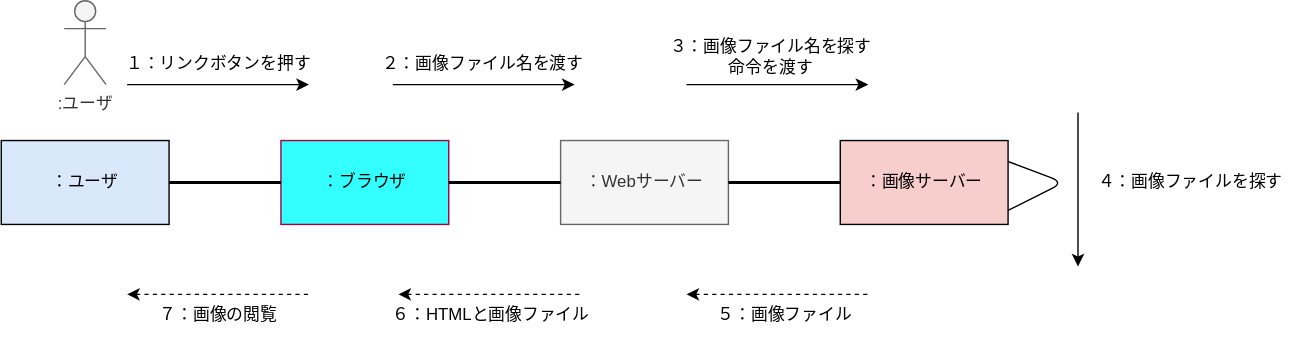
The draw.io diagram 演習５/演習５-1_CD_Web画像検索.drawio.svg in hatafukuryouya/UML_introduction, before a commit. Source tidied: cells renumbered, new cells last; positions are measured from the earlier drawing's top-left corner, leaving out a move shared by most shapes.
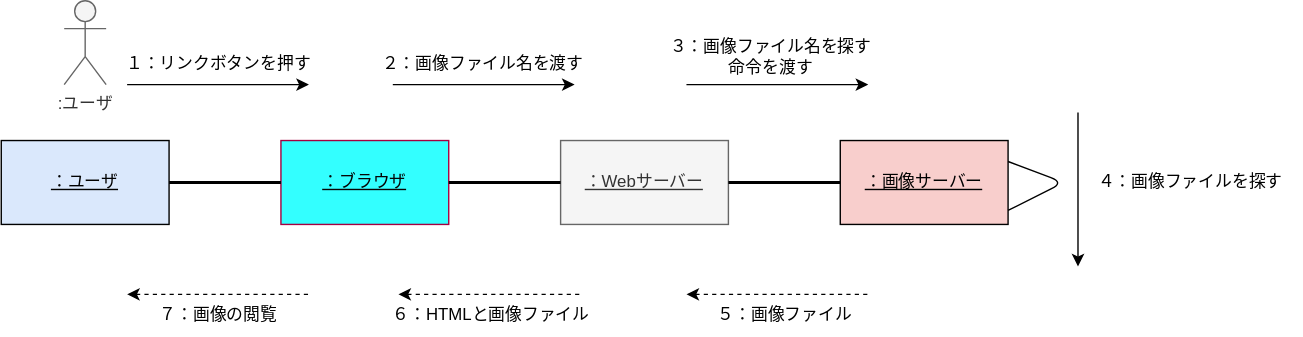
The same file after the commit.

Diff of the diagram source:
```diff
@@ -5,13 +5,13 @@
     <mxCell id="2" value=":ユーザ" style="shape=umlActor;verticalLabelPosition=bottom;verticalAlign=top;html=1;fillColor=#f5f5f5;fontColor=#333333;strokeColor=#666666;" parent="1" vertex="1">
       <mxGeometry x="45" width="30" height="60" as="geometry" />
     </mxCell>
-    <mxCell id="3" value="：ブラウザ" style="rounded=0;whiteSpace=wrap;html=1;fillColor=#33FFFF;strokeColor=#A50040;fontColor=#050505;" parent="1" vertex="1">
+    <mxCell id="3" value="：ブラウザ" style="rounded=0;whiteSpace=wrap;html=1;fillColor=#33FFFF;strokeColor=#A50040;fontColor=#050505;fontStyle=4;" parent="1" vertex="1">
       <mxGeometry x="200" y="100" width="120" height="60" as="geometry" />
     </mxCell>
-    <mxCell id="4" value="：Webサーバー" style="rounded=0;whiteSpace=wrap;html=1;fillColor=#f5f5f5;strokeColor=#666666;fontColor=#333333;" parent="1" vertex="1">
+    <mxCell id="4" value="：Webサーバー" style="rounded=0;whiteSpace=wrap;html=1;fillColor=#f5f5f5;strokeColor=#666666;fontColor=#333333;fontStyle=4;" parent="1" vertex="1">
       <mxGeometry x="400" y="100" width="120" height="60" as="geometry" />
     </mxCell>
-    <mxCell id="5" value="：画像サーバー" style="rounded=0;whiteSpace=wrap;html=1;fillColor=#f8cecc;strokeColor=#000000;" parent="1" vertex="1">
+    <mxCell id="5" value="：画像サーバー" style="rounded=0;whiteSpace=wrap;html=1;fillColor=#f8cecc;strokeColor=#000000;fontStyle=4;" parent="1" vertex="1">
       <mxGeometry x="600" y="100" width="120" height="60" as="geometry" />
     </mxCell>
     <mxCell id="6" style="endArrow=classic;html=1;" parent="1" edge="1">
@@ -26,7 +26,7 @@
         <mxPoint x="620" y="60" as="targetPoint" />
       </mxGeometry>
     </mxCell>
-    <mxCell id="8" value="：ユーザ" style="rounded=0;whiteSpace=wrap;html=1;fillColor=#dae8fc;strokeColor=#000000;" parent="1" vertex="1">
+    <mxCell id="8" value="：ユーザ" style="rounded=0;whiteSpace=wrap;html=1;fillColor=#dae8fc;strokeColor=#000000;fontStyle=4;" parent="1" vertex="1">
       <mxGeometry y="100" width="120" height="60" as="geometry" />
     </mxCell>
     <mxCell id="9" style="endArrow=classic;html=1;" parent="1" edge="1">
```
